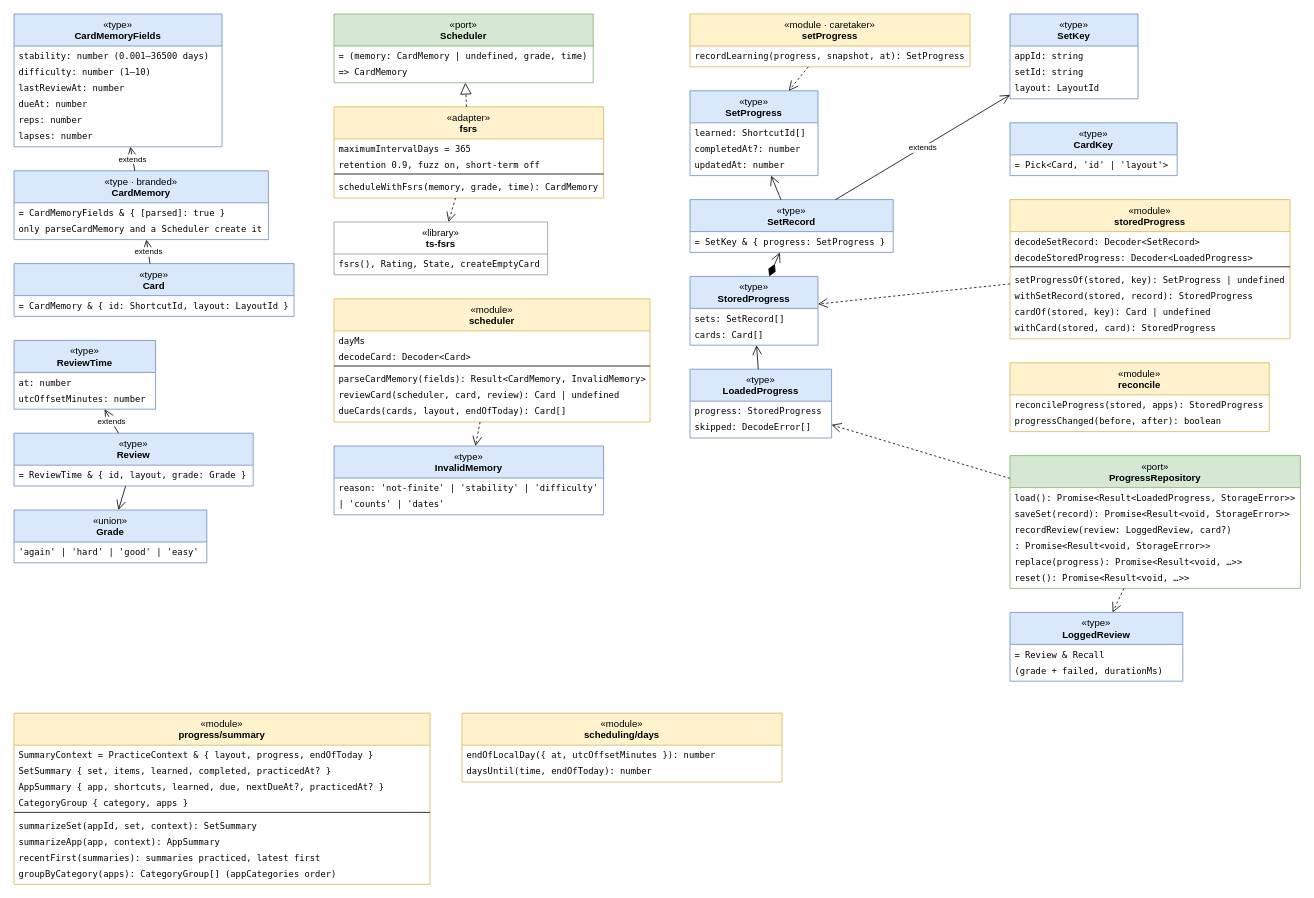
r0binius/mathe2-trainer keeps this draw.io diagram as page "Classes – scheduling & progress" (4 of 10) of docs/uml.drawio. Above is the earlier version. Source tidied: cells renumbered, new cells numbered last; positions are measured from the earlier drawing's top-left corner, leaving out a move shared by most shapes. Both pictures are drawn from the tidied source at 80%, with x=0, y=0 at pixel (14, 14).
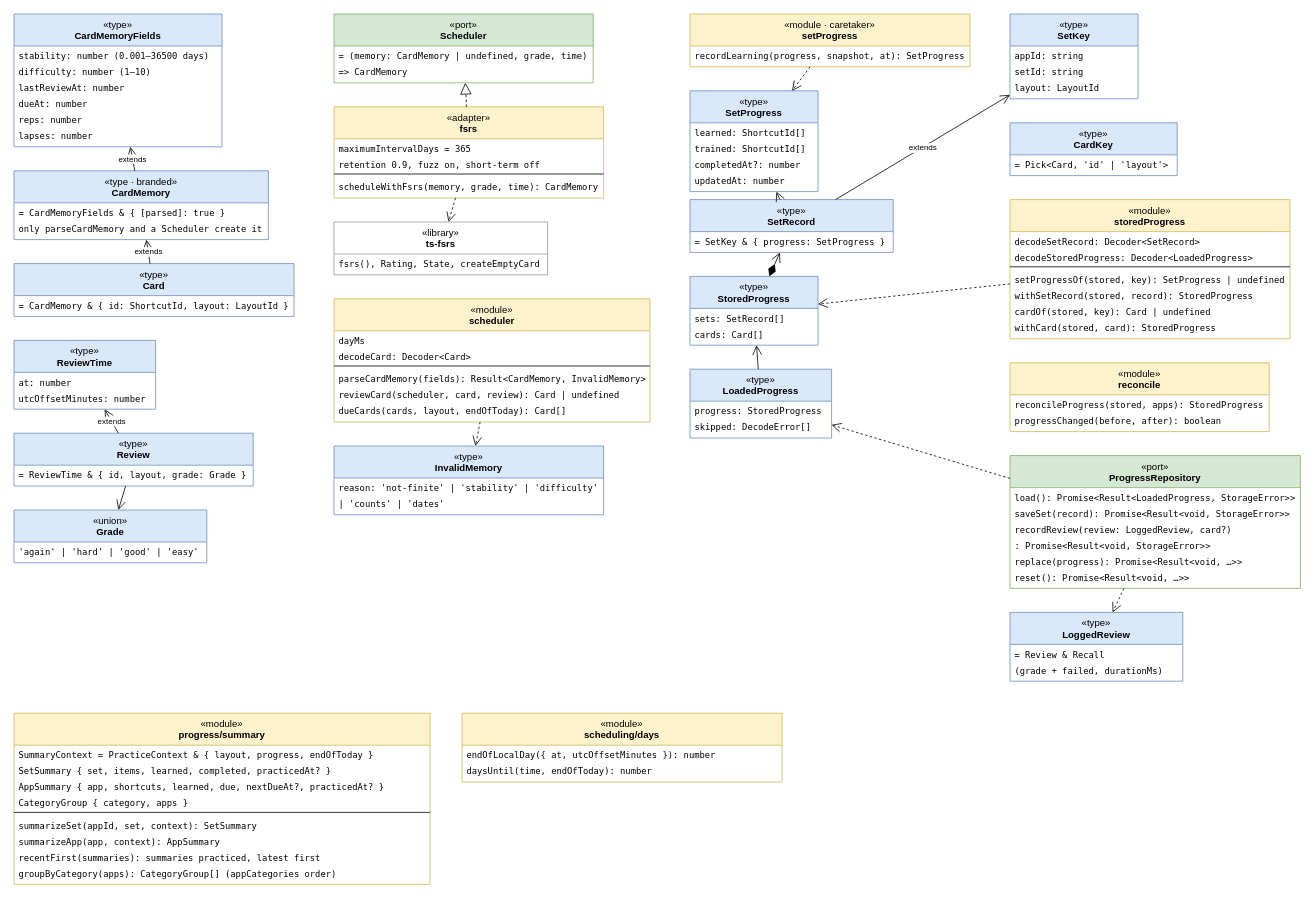
Above is the later version.

Diff of the diagram source:
```diff
@@
     <mxCell id="43" value="&amp;laquo;type&amp;raquo;&lt;br&gt;&lt;b&gt;SetProgress&lt;/b&gt;" style="swimlane;fontStyle=0;align=center;verticalAlign=top;horizontal=1;startSize=40;html=1;whiteSpace=wrap;fillColor=#dae8fc;strokeColor=#6c8ebf;swimlaneFillColor=#ffffff;" parent="1" vertex="1">
-      <mxGeometry x="845" y="96" width="160" height="106" as="geometry" />
+      <mxGeometry x="845" y="96" width="160" height="126" as="geometry" />
     </mxCell>
@@
     <mxCell id="45" value="completedAt?: number" style="text;strokeColor=none;fillColor=none;align=left;verticalAlign=top;spacingLeft=4;spacingRight=4;overflow=hidden;fontSize=11;fontFamily=Menlo;html=0;" parent="43" vertex="1">
-      <mxGeometry y="60" width="160" height="20" as="geometry" />
+      <mxGeometry y="80" width="160" height="20" as="geometry" />
     </mxCell>
     <mxCell id="46" value="updatedAt: number" style="text;strokeColor=none;fillColor=none;align=left;verticalAlign=top;spacingLeft=4;spacingRight=4;overflow=hidden;fontSize=11;fontFamily=Menlo;html=0;" parent="43" vertex="1">
-      <mxGeometry y="80" width="160" height="20" as="geometry" />
+      <mxGeometry y="100" width="160" height="20" as="geometry" />
     </mxCell>
@@
+    <mxCell id="110" value="trained: ShortcutId[]" style="text;strokeColor=none;fillColor=none;align=left;verticalAlign=top;spacingLeft=4;spacingRight=4;overflow=hidden;fontSize=11;fontFamily=Menlo;html=0;" parent="43" vertex="1">
+      <mxGeometry y="60" width="160" height="20" as="geometry" />
+    </mxCell>
```
